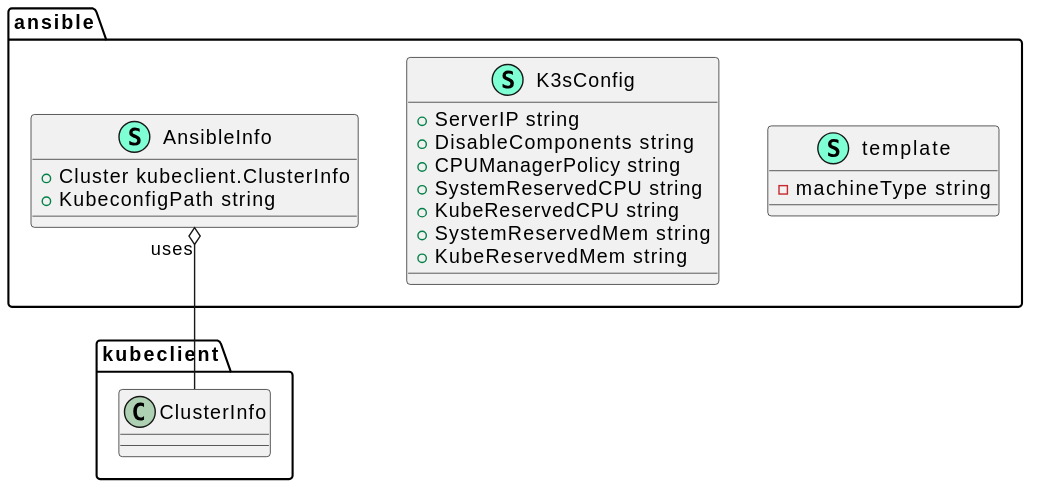
motangpuar/o2-ims-worker keeps this PlantUML diagram as docs/svg/ansible.svg. Above is the earlier version.
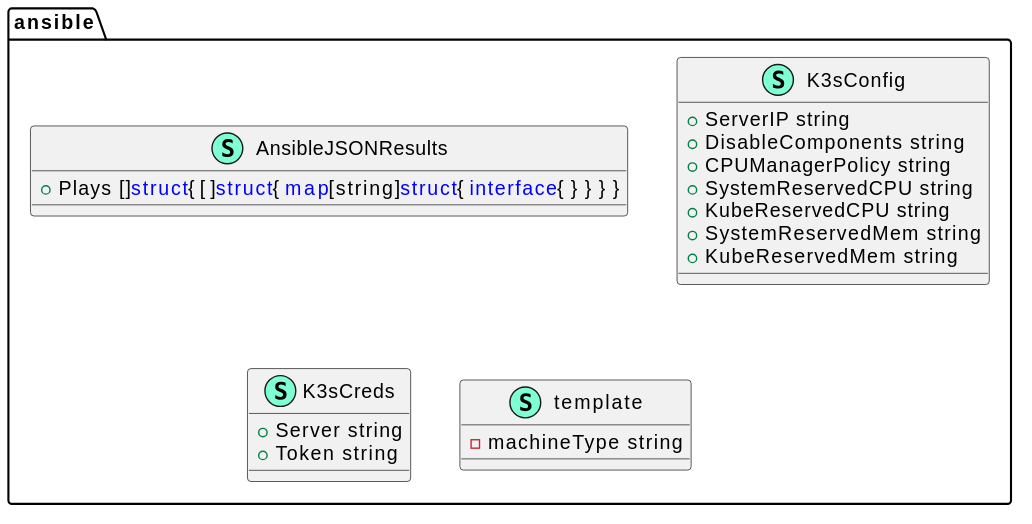
The same diagram one commit later.

Diff of the diagram source:
```diff
@@ -1,9 +1,8 @@
 @startuml
 top to bottom direction
 namespace ansible {
-    class "AnsibleInfo" << (S,Aquamarine) >> {
-        + Cluster kubeclient.ClusterInfo
-        + KubeconfigPath string
+    class "AnsibleJSONResults" << (S,Aquamarine) >> {
+        + Plays []<font color=blue>struct</font>{[]<font color=blue>struct</font>{<font color=blue>map</font>[string]<font color=blue>struct</font>{<font color=blue>interface</font>{}}}}
 
     }
     class "K3sConfig" << (S,Aquamarine) >> {
@@ -16,12 +15,14 @@
         + KubeReservedMem string
 
     }
+    class "K3sCreds" << (S,Aquamarine) >> {
+        + Server string
+        + Token string
+
+    }
     class "template" << (S,Aquamarine) >> {
         - machineType string
 
     }
 }
-
-
-"ansible.AnsibleInfo""uses" o-- "kubeclient.ClusterInfo"
 @enduml
```
